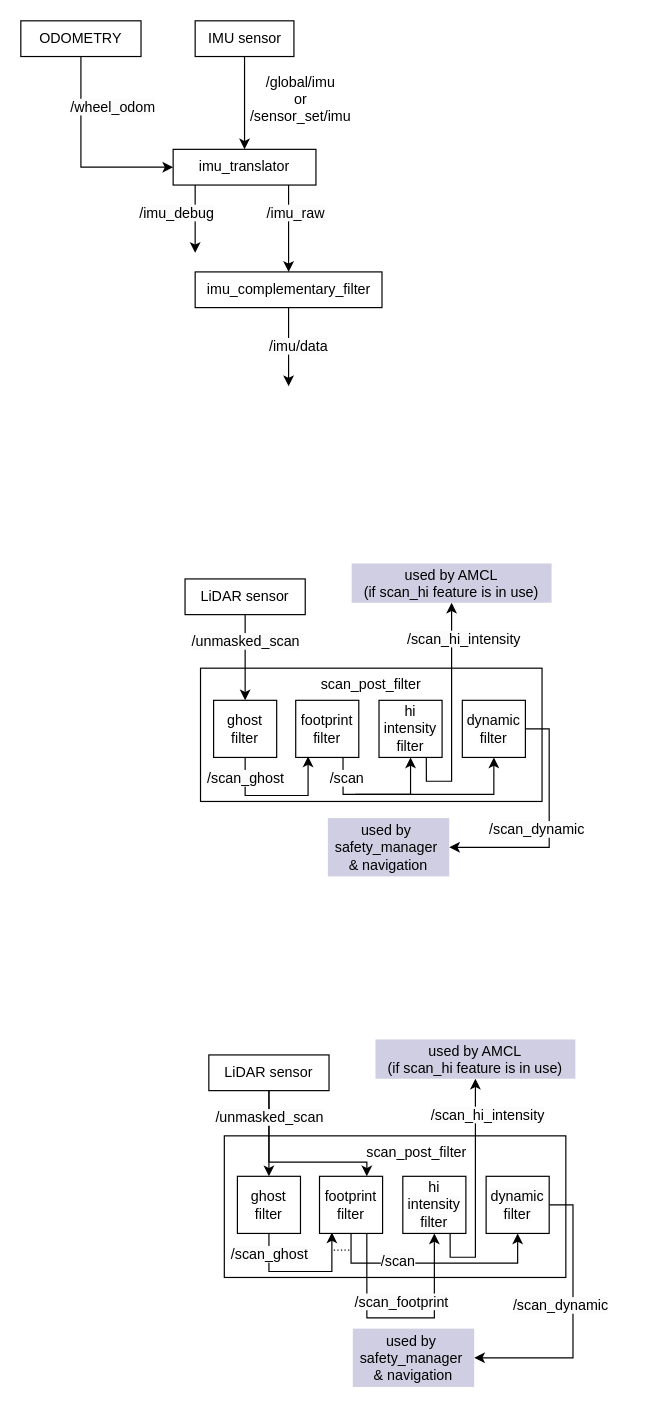
sdswoops824/myrepo keeps this draw.io diagram as imu_translator.drawio. Above is the earlier version. Source tidied: cells renumbered, new cells numbered last; positions are measured from the earlier drawing's top-left corner, leaving out a move shared by most shapes. Both pictures are drawn from the tidied source at 119%, with x=0, y=0 at pixel (20, 20).
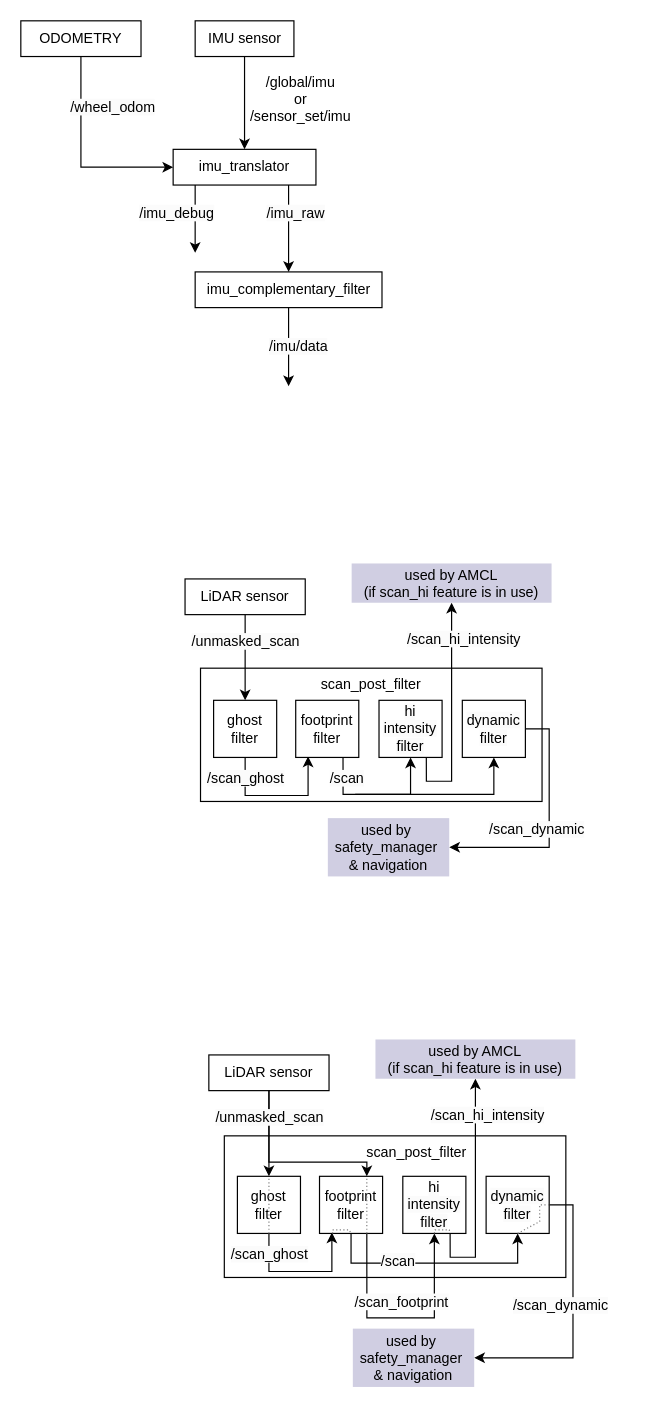
The same diagram, later.

Unchanged cells that the change refers to:
```xml
<mxCell id="38" value="ghost filter" style="rounded=0;whiteSpace=wrap;html=1;" parent="1" vertex="1">
  <mxGeometry x="182" y="971" width="53" height="48" as="geometry" />
</mxCell>
<mxCell id="41" value="footprint filter" style="rounded=0;whiteSpace=wrap;html=1;" parent="1" vertex="1">
  <mxGeometry x="251" y="971" width="53" height="48" as="geometry" />
</mxCell>
<mxCell id="43" value="&lt;span style=&quot;color: rgb(0, 0, 0); font-family: Helvetica; font-size: 12px; font-style: normal; font-variant-ligatures: normal; font-variant-caps: normal; font-weight: 400; letter-spacing: normal; orphans: 2; text-align: center; text-indent: 0px; text-transform: none; widows: 2; word-spacing: 0px; -webkit-text-stroke-width: 0px; white-space: normal; background-color: rgb(251, 251, 251); text-decoration-thickness: initial; text-decoration-style: initial; text-decoration-color: initial; display: inline !important; float: none;&quot;&gt;hi intensity filter&lt;/span&gt;" style="rounded=0;whiteSpace=wrap;html=1;" parent="1" vertex="1">
  <mxGeometry x="321" y="971" width="53" height="48" as="geometry" />
</mxCell>
<mxCell id="50" value="&lt;span style=&quot;color: rgb(0, 0, 0); font-family: Helvetica; font-size: 12px; font-style: normal; font-variant-ligatures: normal; font-variant-caps: normal; font-weight: 400; letter-spacing: normal; orphans: 2; text-align: center; text-indent: 0px; text-transform: none; widows: 2; word-spacing: 0px; -webkit-text-stroke-width: 0px; white-space: normal; background-color: rgb(251, 251, 251); text-decoration-thickness: initial; text-decoration-style: initial; text-decoration-color: initial; display: inline !important; float: none;&quot;&gt;dynamic filter&lt;/span&gt;" style="rounded=0;whiteSpace=wrap;html=1;" parent="1" vertex="1">
  <mxGeometry x="391" y="971" width="53" height="48" as="geometry" />
</mxCell>
```

What changed in the source:
```diff
@@
-    <mxCell id="56" style="endArrow=none;dashed=1;html=1;strokeWidth=1;rounded=0;dashPattern=1 2;" parent="1" edge="1">
-      <mxGeometry relative="1" as="geometry">
-        <mxPoint x="263" y="1033" as="sourcePoint" />
-        <mxPoint x="276" y="1033" as="targetPoint" />
-      </mxGeometry>
-    </mxCell>
+    <mxCell id="57" style="endArrow=none;dashed=1;html=1;strokeWidth=1;rounded=0;entryX=0.5;entryY=0;entryDx=0;entryDy=0;exitX=0.5;exitY=1;exitDx=0;exitDy=0;strokeColor=#808080;dashPattern=1 2;" parent="1" edge="1" source="38" target="38">
+      <mxGeometry relative="1" as="geometry" />
+    </mxCell>
+    <mxCell id="58" style="endArrow=none;dashed=1;html=1;strokeWidth=1;rounded=0;entryX=0.75;entryY=0;entryDx=0;entryDy=0;exitX=0.75;exitY=1;exitDx=0;exitDy=0;strokeColor=#808080;dashPattern=1 2;" parent="1" edge="1" source="41" target="41">
+      <mxGeometry relative="1" as="geometry" />
+    </mxCell>
+    <mxCell id="59" style="endArrow=none;dashed=1;html=1;strokeWidth=1;rounded=0;exitX=0.5;exitY=1;exitDx=0;exitDy=0;strokeColor=#808080;dashPattern=1 2;entryX=0.75;entryY=1;entryDx=0;entryDy=0;" parent="1" edge="1" source="43" target="43">
+      <mxGeometry relative="1" as="geometry">
+        <Array as="points">
+          <mxPoint x="348" y="1016" />
+          <mxPoint x="360" y="1016" />
+        </Array>
+      </mxGeometry>
+    </mxCell>
+    <mxCell id="60" style="endArrow=none;dashed=1;html=1;strokeWidth=1;rounded=0;strokeColor=#808080;dashPattern=1 2;entryX=0.5;entryY=1;entryDx=0;entryDy=0;" parent="1" edge="1" target="41">
+      <mxGeometry relative="1" as="geometry">
+        <mxPoint x="262" y="1019" as="sourcePoint" />
+        <Array as="points">
+          <mxPoint x="262" y="1016" />
+          <mxPoint x="276" y="1016" />
+        </Array>
+      </mxGeometry>
+    </mxCell>
+    <mxCell id="61" style="endArrow=none;dashed=1;html=1;strokeWidth=1;rounded=0;exitX=0.5;exitY=1;exitDx=0;exitDy=0;strokeColor=#808080;dashPattern=1 2;entryX=1;entryY=0.5;entryDx=0;entryDy=0;" parent="1" edge="1" source="50" target="50">
+      <mxGeometry relative="1" as="geometry">
+        <Array as="points">
+          <mxPoint x="436" y="1009" />
+          <mxPoint x="436" y="995" />
+        </Array>
+      </mxGeometry>
+    </mxCell>
```
